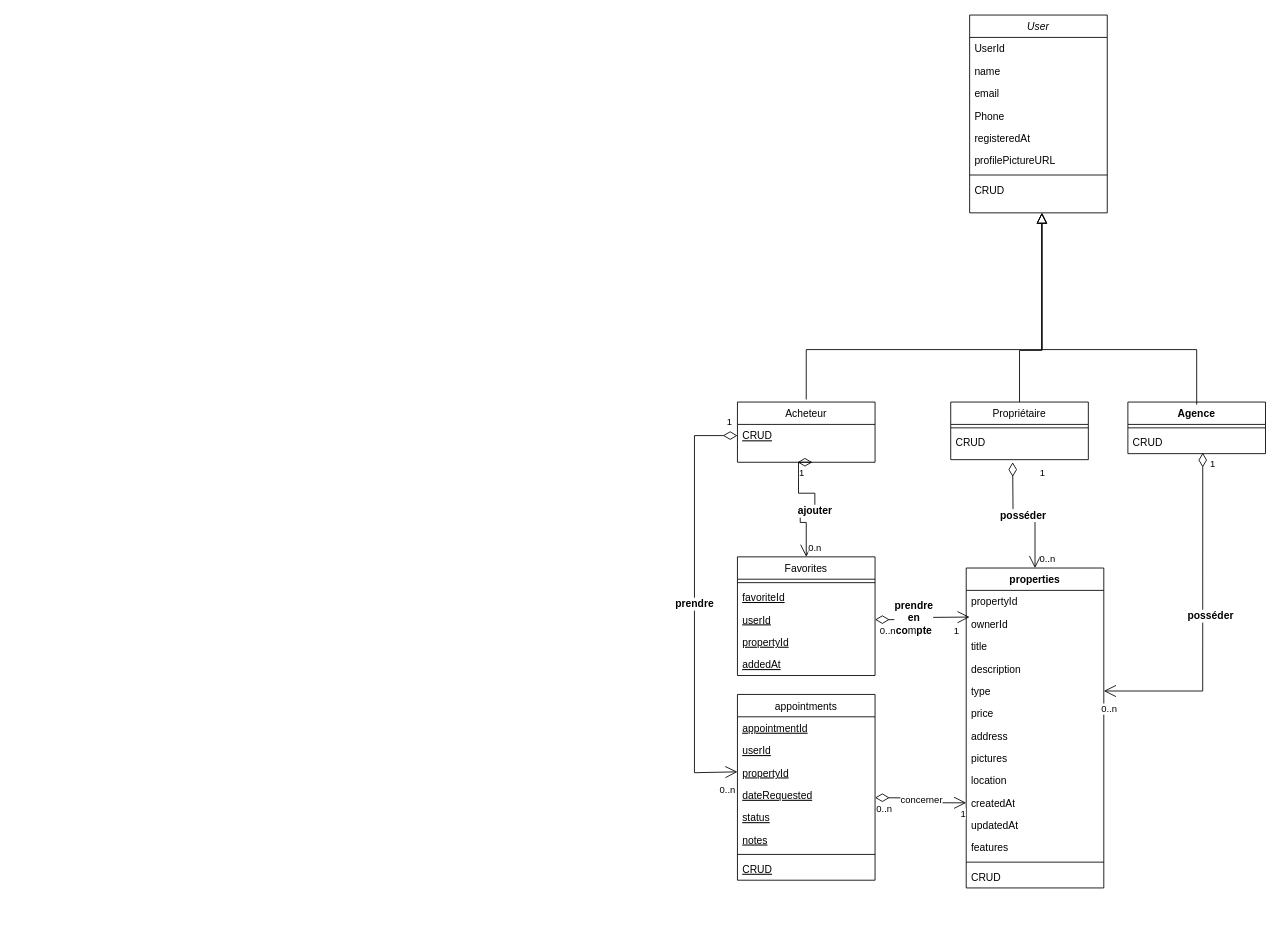
Before: Untitled Diagram.drawio in BilelDespecio/ToDoAppGoal, a draw.io diagram. Source tidied: cells renumbered, new cells numbered last; positions are measured from the earlier drawing's top-left corner, leaving out a move shared by most shapes. Both pictures are drawn from the tidied source at 86%, with x=0, y=0 at pixel (694, 15).
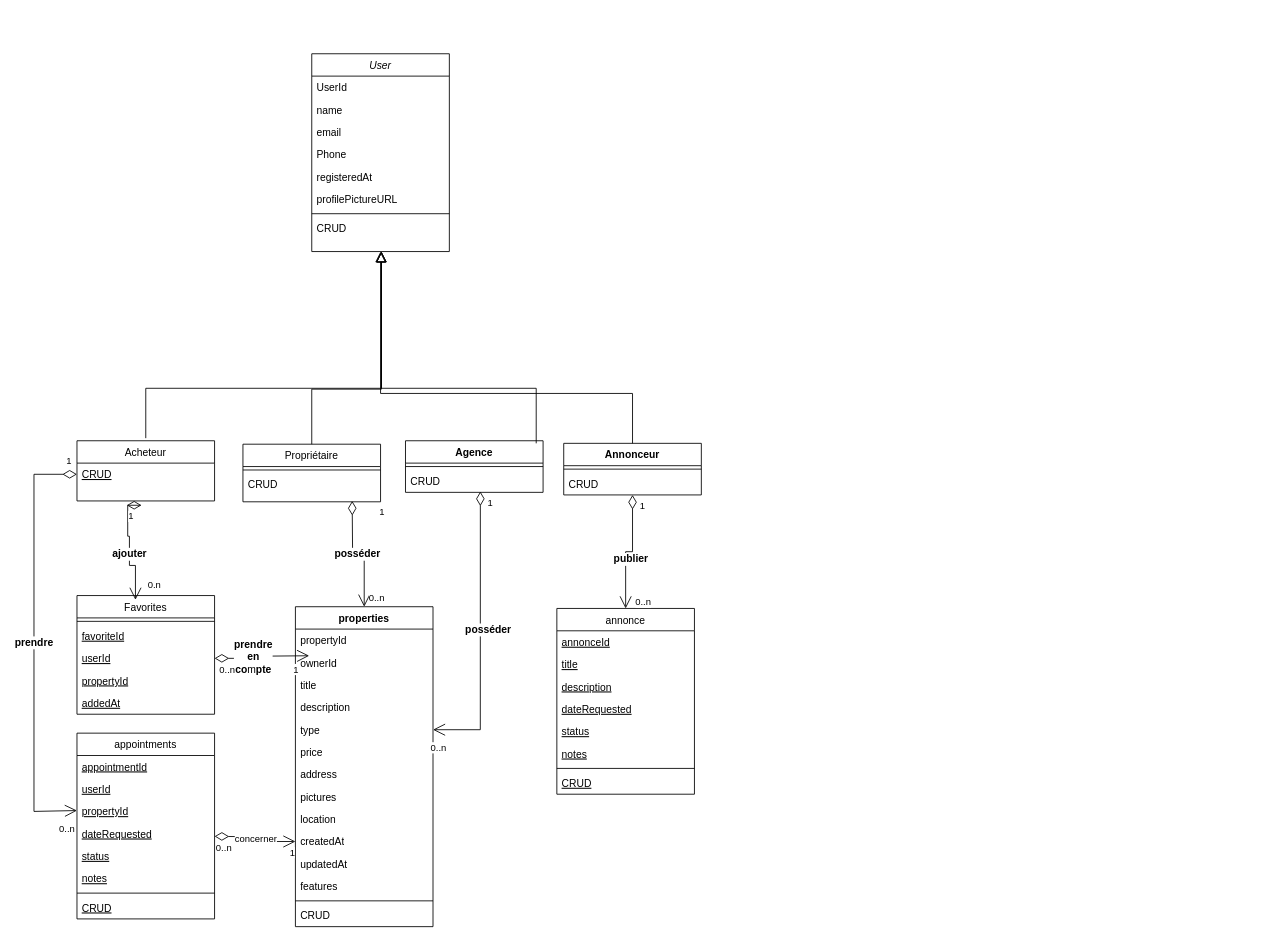
Above is the later version.

Commit message:
add annoceur table

Unchanged cells that the change refers to:
```xml
<mxCell id="12" value="CRUD" style="text;align=left;verticalAlign=top;spacingLeft=4;spacingRight=4;overflow=hidden;points=[[0,0.5],[1,0.5]];portConstraint=eastwest;fontStyle=4;" parent="11" vertex="1">
  <mxGeometry y="26" width="160" height="26" as="geometry" />
</mxCell>
<mxCell id="35" value="createdAt" style="text;strokeColor=none;fillColor=none;align=left;verticalAlign=top;spacingLeft=4;spacingRight=4;overflow=hidden;points=[[0,0.5],[1,0.5]];portConstraint=eastwest;whiteSpace=wrap;html=1;" parent="25" vertex="1">
  <mxGeometry y="260" width="160" height="26" as="geometry" />
</mxCell>
<mxCell id="43" value="userId" style="text;align=left;verticalAlign=top;spacingLeft=4;spacingRight=4;overflow=hidden;points=[[0,0.5],[1,0.5]];portConstraint=eastwest;fontStyle=4;" parent="40" vertex="1">
  <mxGeometry y="60" width="160" height="26" as="geometry" />
</mxCell>
```

Diff of the diagram source:
```diff
@@
     <mxCell id="2" value="User" style="swimlane;fontStyle=2;align=center;verticalAlign=top;horizontal=1;startSize=26;rounded=0;shadow=0;strokeWidth=1;" parent="1" vertex="1">
-      <mxGeometry x="320" width="160" height="230" as="geometry" />
+      <mxGeometry x="-445" y="45" width="160" height="230" as="geometry" />
     </mxCell>
@@
     <mxCell id="11" value="Acheteur" style="swimlane;fontStyle=0;align=center;verticalAlign=top;horizontal=1;startSize=26;rounded=0;shadow=0;strokeWidth=1;fontColor=default;" parent="1" vertex="1">
-      <mxGeometry x="50" y="450" width="160" height="70" as="geometry" />
+      <mxGeometry x="-718" y="495" width="160" height="70" as="geometry" />
     </mxCell>
@@
-    <mxCell id="13" value="&lt;span style=&quot;font-size: 12px; font-weight: 700; text-wrap-mode: wrap;&quot;&gt;ajouter&lt;/span&gt;" style="endArrow=open;html=1;endSize=12;startArrow=diamondThin;startSize=14;startFill=0;edgeStyle=orthogonalEdgeStyle;rounded=0;" parent="11" edge="1" target="40">
-      <mxGeometry relative="1" as="geometry">
-        <mxPoint x="70" y="70" as="sourcePoint" />
-        <Array as="points">
-          <mxPoint x="71" y="70" />
-          <mxPoint x="71" y="106" />
-          <mxPoint x="90" y="106" />
-          <mxPoint x="90" y="130" />
-          <mxPoint x="73" y="130" />
-          <mxPoint x="73" y="140" />
-          <mxPoint x="80" y="140" />
-        </Array>
-      </mxGeometry>
-    </mxCell>
-    <mxCell id="14" value="1" style="edgeLabel;html=1;align=left;verticalAlign=top;" parent="13" vertex="1">
-      <mxGeometry x="-1" relative="1" as="geometry" />
-    </mxCell>
-    <mxCell id="15" value="0.n" style="edgeLabel;html=1;align=right;verticalAlign=top;" parent="13" vertex="1">
-      <mxGeometry x="1" relative="1" as="geometry">
-        <mxPoint x="18" y="-23" as="offset" />
-      </mxGeometry>
-    </mxCell>
     <mxCell id="16" style="endArrow=block;endSize=10;endFill=0;shadow=0;strokeWidth=1;rounded=0;curved=0;edgeStyle=elbowEdgeStyle;elbow=vertical;" parent="1" edge="1">
       <mxGeometry relative="1" as="geometry">
-        <mxPoint x="130" y="447" as="sourcePoint" />
-        <mxPoint x="404" y="230" as="targetPoint" />
+        <mxPoint x="-638" y="492" as="sourcePoint" />
+        <mxPoint x="-364" y="275" as="targetPoint" />
         <Array as="points">
-          <mxPoint x="264" y="389" />
+          <mxPoint x="-504" y="434" />
         </Array>
       </mxGeometry>
     </mxCell>
     <mxCell id="17" value="Propriétaire" style="swimlane;fontStyle=0;align=center;verticalAlign=top;horizontal=1;startSize=26;rounded=0;shadow=0;strokeWidth=1;fontColor=default;" parent="1" vertex="1">
-      <mxGeometry x="298" y="450" width="160" height="67" as="geometry" />
+      <mxGeometry x="-525" y="499" width="160" height="67" as="geometry" />
     </mxCell>
@@
     <mxCell id="20" style="endArrow=block;endSize=10;endFill=0;shadow=0;strokeWidth=1;rounded=0;curved=0;edgeStyle=elbowEdgeStyle;elbow=vertical;exitX=0.5;exitY=0;exitDx=0;exitDy=0;" parent="1" edge="1" source="17">
       <mxGeometry relative="1" as="geometry">
-        <mxPoint x="404" y="230" as="targetPoint" />
+        <mxPoint x="-364" y="275" as="targetPoint" />
         <Array as="points">
-          <mxPoint x="384" y="390" />
+          <mxPoint x="-384" y="435" />
         </Array>
       </mxGeometry>
     </mxCell>
     <mxCell id="21" value="Agence&lt;div&gt;&lt;br&gt;&lt;/div&gt;" style="swimlane;fontStyle=1;align=center;verticalAlign=top;horizontal=1;startSize=26;whiteSpace=wrap;html=1;" parent="1" vertex="1">
-      <mxGeometry x="504" y="450" width="160" height="60" as="geometry" />
+      <mxGeometry x="-336" y="495" width="160" height="60" as="geometry" />
     </mxCell>
@@
     <mxCell id="24" style="endArrow=block;endSize=10;endFill=0;shadow=0;strokeWidth=1;rounded=0;curved=0;edgeStyle=elbowEdgeStyle;elbow=vertical;exitX=0.5;exitY=0;exitDx=0;exitDy=0;entryX=0.5;entryY=1;entryDx=0;entryDy=0;" parent="1" edge="1">
       <mxGeometry relative="1" as="geometry">
-        <mxPoint x="584" y="453" as="sourcePoint" />
-        <mxPoint x="404" y="230" as="targetPoint" />
+        <mxPoint x="-184" y="498" as="sourcePoint" />
+        <mxPoint x="-364" y="275" as="targetPoint" />
         <Array as="points">
-          <mxPoint x="504" y="389" />
+          <mxPoint x="-264" y="434" />
         </Array>
       </mxGeometry>
     </mxCell>
     <mxCell id="25" value="properties" style="swimlane;fontStyle=1;align=center;verticalAlign=top;horizontal=1;startSize=26;whiteSpace=wrap;html=1;" parent="1" vertex="1">
-      <mxGeometry x="316" y="643" width="160" height="372" as="geometry" />
+      <mxGeometry x="-464" y="688" width="160" height="372" as="geometry" />
     </mxCell>
@@
     <mxCell id="40" value="Favorites" style="swimlane;fontStyle=0;align=center;verticalAlign=top;horizontal=1;startSize=26;rounded=0;shadow=0;strokeWidth=1;fontColor=default;" parent="1" vertex="1">
-      <mxGeometry x="50" y="630" width="160" height="138" as="geometry" />
+      <mxGeometry x="-718" y="675" width="160" height="138" as="geometry" />
     </mxCell>
@@
     <mxCell id="46" value="appointments" style="swimlane;fontStyle=0;align=center;verticalAlign=top;horizontal=1;startSize=26;rounded=0;shadow=0;strokeWidth=1;fontColor=default;" parent="1" vertex="1">
-      <mxGeometry x="50" y="790" width="160" height="216" as="geometry" />
+      <mxGeometry x="-718" y="835" width="160" height="216" as="geometry" />
     </mxCell>
@@
     <mxCell id="55" value="&lt;span style=&quot;font-size: 12px; font-weight: 700; text-wrap-mode: wrap;&quot;&gt;posséder&lt;/span&gt;" style="endArrow=open;html=1;endSize=12;startArrow=diamondThin;startSize=14;startFill=0;edgeStyle=orthogonalEdgeStyle;rounded=0;entryX=0.5;entryY=0;entryDx=0;entryDy=0;" parent="1" edge="1" target="25">
       <mxGeometry relative="1" as="geometry">
-        <mxPoint x="370" y="520" as="sourcePoint" />
+        <mxPoint x="-398" y="565" as="sourcePoint" />
       </mxGeometry>
     </mxCell>
@@
     <mxCell id="61" value="&lt;span style=&quot;font-size: 12px; font-weight: 700; text-wrap-mode: wrap;&quot;&gt;prendre&lt;/span&gt;" style="endArrow=open;html=1;endSize=12;startArrow=diamondThin;startSize=14;startFill=0;edgeStyle=orthogonalEdgeStyle;rounded=0;exitX=0;exitY=0.5;exitDx=0;exitDy=0;" parent="1" edge="1" source="12">
       <mxGeometry relative="1" as="geometry">
-        <mxPoint x="50" y="880" as="targetPoint" />
+        <mxPoint x="-718" y="925" as="targetPoint" />
         <Array as="points">
-          <mxPoint y="489" />
-          <mxPoint y="881" />
+          <mxPoint x="-768" y="534" />
+          <mxPoint x="-768" y="926" />
         </Array>
       </mxGeometry>
     </mxCell>
@@
     <mxCell id="64" value="&lt;span style=&quot;background-color: light-dark(#ffffff, var(--ge-dark-color, #121212));&quot;&gt;&lt;span style=&quot;font-size: 12px; font-weight: 700; text-wrap-mode: wrap;&quot;&gt;prendre en co&lt;/span&gt;&lt;span style=&quot;font-size: 12px; font-weight: 700; text-wrap-mode: wrap;&quot;&gt;&lt;span style=&quot;font-weight: 400; text-wrap-mode: nowrap;&quot;&gt;m&lt;/span&gt;pte&lt;/span&gt;&lt;/span&gt;" style="endArrow=open;html=1;endSize=12;startArrow=diamondThin;startSize=14;startFill=0;edgeStyle=orthogonalEdgeStyle;rounded=0;exitX=1;exitY=0.5;exitDx=0;exitDy=0;" parent="1" edge="1" source="43">
       <mxGeometry x="0.02" y="10" relative="1" as="geometry">
-        <mxPoint x="320" y="700" as="targetPoint" />
+        <mxPoint x="-448" y="745" as="targetPoint" />
       </mxGeometry>
     </mxCell>
@@
     <mxCell id="67" value="concerner" style="endArrow=open;html=1;endSize=12;startArrow=diamondThin;startSize=14;startFill=0;edgeStyle=orthogonalEdgeStyle;rounded=0;entryX=0;entryY=0.5;entryDx=0;entryDy=0;" parent="1" edge="1" target="35">
       <mxGeometry relative="1" as="geometry">
-        <mxPoint x="210" y="910" as="sourcePoint" />
+        <mxPoint x="-558" y="955" as="sourcePoint" />
       </mxGeometry>
     </mxCell>
@@
+    <mxCell id="70" value="&lt;div&gt;Annonceur&lt;/div&gt;" style="swimlane;fontStyle=1;align=center;verticalAlign=top;horizontal=1;startSize=26;whiteSpace=wrap;html=1;" parent="1" vertex="1">
+      <mxGeometry x="-152" y="498" width="160" height="60" as="geometry" />
+    </mxCell>
+    <mxCell id="71" style="line;strokeWidth=1;fillColor=none;align=left;verticalAlign=middle;spacingTop=-1;spacingLeft=3;spacingRight=3;labelPosition=right;strokeColor=inherit;" parent="70" vertex="1">
+      <mxGeometry y="26" width="160" height="8" as="geometry" />
+    </mxCell>
+    <mxCell id="72" value="CRUD&lt;div&gt;&lt;br&gt;&lt;/div&gt;" style="text;strokeColor=none;fillColor=none;align=left;verticalAlign=top;spacingLeft=4;spacingRight=4;overflow=hidden;whiteSpace=wrap;html=1;" parent="70" vertex="1">
+      <mxGeometry y="34" width="160" height="26" as="geometry" />
+    </mxCell>
+    <mxCell id="73" style="endArrow=block;endSize=10;endFill=0;shadow=0;strokeWidth=1;rounded=0;curved=0;edgeStyle=elbowEdgeStyle;elbow=vertical;exitX=0.5;exitY=0;exitDx=0;exitDy=0;entryX=0.5;entryY=1;entryDx=0;entryDy=0;" parent="1" edge="1" source="70" target="2">
+      <mxGeometry relative="1" as="geometry">
+        <Array as="points">
+          <mxPoint x="-300" y="440" />
+        </Array>
+      </mxGeometry>
+    </mxCell>
+    <mxCell id="74" value="annonce" style="swimlane;fontStyle=0;align=center;verticalAlign=top;horizontal=1;startSize=26;rounded=0;shadow=0;strokeWidth=1;fontColor=default;" parent="1" vertex="1">
+      <mxGeometry x="-160" y="690" width="160" height="216" as="geometry" />
+    </mxCell>
+    <mxCell id="75" value="annonceId" style="text;align=left;verticalAlign=top;spacingLeft=4;spacingRight=4;overflow=hidden;fontStyle=4;" parent="74" vertex="1">
+      <mxGeometry y="26" width="160" height="26" as="geometry" />
+    </mxCell>
+    <mxCell id="76" value="title" style="text;align=left;verticalAlign=top;spacingLeft=4;spacingRight=4;overflow=hidden;fontStyle=4;" parent="74" vertex="1">
+      <mxGeometry y="52" width="160" height="26" as="geometry" />
+    </mxCell>
+    <mxCell id="77" value="description" style="text;align=left;verticalAlign=top;spacingLeft=4;spacingRight=4;overflow=hidden;fontStyle=4;" parent="74" vertex="1">
+      <mxGeometry y="78" width="160" height="26" as="geometry" />
+    </mxCell>
+    <mxCell id="78" value="dateRequested" style="text;align=left;verticalAlign=top;spacingLeft=4;spacingRight=4;overflow=hidden;fontStyle=4;" parent="74" vertex="1">
+      <mxGeometry y="104" width="160" height="26" as="geometry" />
+    </mxCell>
+    <mxCell id="79" value="status" style="text;align=left;verticalAlign=top;spacingLeft=4;spacingRight=4;overflow=hidden;fontStyle=4;" parent="74" vertex="1">
+      <mxGeometry y="130" width="160" height="26" as="geometry" />
+    </mxCell>
+    <mxCell id="80" value="notes" style="text;align=left;verticalAlign=top;spacingLeft=4;spacingRight=4;overflow=hidden;fontStyle=4;" parent="74" vertex="1">
+      <mxGeometry y="156" width="160" height="26" as="geometry" />
+    </mxCell>
+    <mxCell id="81" style="line;html=1;strokeWidth=1;align=left;verticalAlign=middle;spacingTop=-1;spacingLeft=3;spacingRight=3;labelPosition=right;" parent="74" vertex="1">
+      <mxGeometry y="182" width="160" height="8" as="geometry" />
+    </mxCell>
+    <mxCell id="82" value="CRUD" style="text;align=left;verticalAlign=top;spacingLeft=4;spacingRight=4;overflow=hidden;fontStyle=4;" parent="74" vertex="1">
+      <mxGeometry y="190" width="160" height="26" as="geometry" />
+    </mxCell>
+    <mxCell id="83" value="&lt;span style=&quot;font-size: 12px; font-weight: 700; text-wrap-mode: wrap;&quot;&gt;publier&lt;/span&gt;" style="endArrow=open;html=1;endSize=12;startArrow=diamondThin;startSize=14;startFill=0;edgeStyle=orthogonalEdgeStyle;rounded=0;entryX=0.5;entryY=0;entryDx=0;entryDy=0;" parent="1" edge="1" source="70" target="74">
+      <mxGeometry x="-0.03" y="9" relative="1" as="geometry" />
+    </mxCell>
+    <mxCell id="84" value="1" style="edgeLabel;html=1;align=left;verticalAlign=top;" parent="83" vertex="1">
+      <mxGeometry x="-1" relative="1" as="geometry">
+        <mxPoint x="7" as="offset" />
+      </mxGeometry>
+    </mxCell>
+    <mxCell id="85" value="0..n" style="edgeLabel;html=1;align=right;verticalAlign=top;" parent="83" vertex="1">
+      <mxGeometry x="1" relative="1" as="geometry">
+        <mxPoint x="30" y="-20" as="offset" />
+      </mxGeometry>
+    </mxCell>
+    <mxCell id="13" value="&lt;span style=&quot;font-size: 12px; font-weight: 700; text-wrap-mode: wrap;&quot;&gt;ajouter&lt;/span&gt;" style="endArrow=open;html=1;endSize=12;startArrow=diamondThin;startSize=14;startFill=0;edgeStyle=orthogonalEdgeStyle;rounded=0;" parent="1" edge="1">
+      <mxGeometry relative="1" as="geometry">
+        <mxPoint x="-660" y="570" as="sourcePoint" />
+        <mxPoint x="-650" y="680" as="targetPoint" />
+        <Array as="points">
+          <mxPoint x="-659" y="570" />
+          <mxPoint x="-659" y="606" />
+          <mxPoint x="-657" y="606" />
+          <mxPoint x="-657" y="640" />
+          <mxPoint x="-650" y="640" />
+        </Array>
+      </mxGeometry>
+    </mxCell>
+    <mxCell id="14" value="1" style="edgeLabel;html=1;align=left;verticalAlign=top;" parent="13" vertex="1">
+      <mxGeometry x="-1" relative="1" as="geometry" />
+    </mxCell>
+    <mxCell id="15" value="0.n" style="edgeLabel;html=1;align=right;verticalAlign=top;" parent="13" vertex="1">
+      <mxGeometry x="1" relative="1" as="geometry">
+        <mxPoint x="30" y="-30" as="offset" />
+      </mxGeometry>
+    </mxCell>
```
